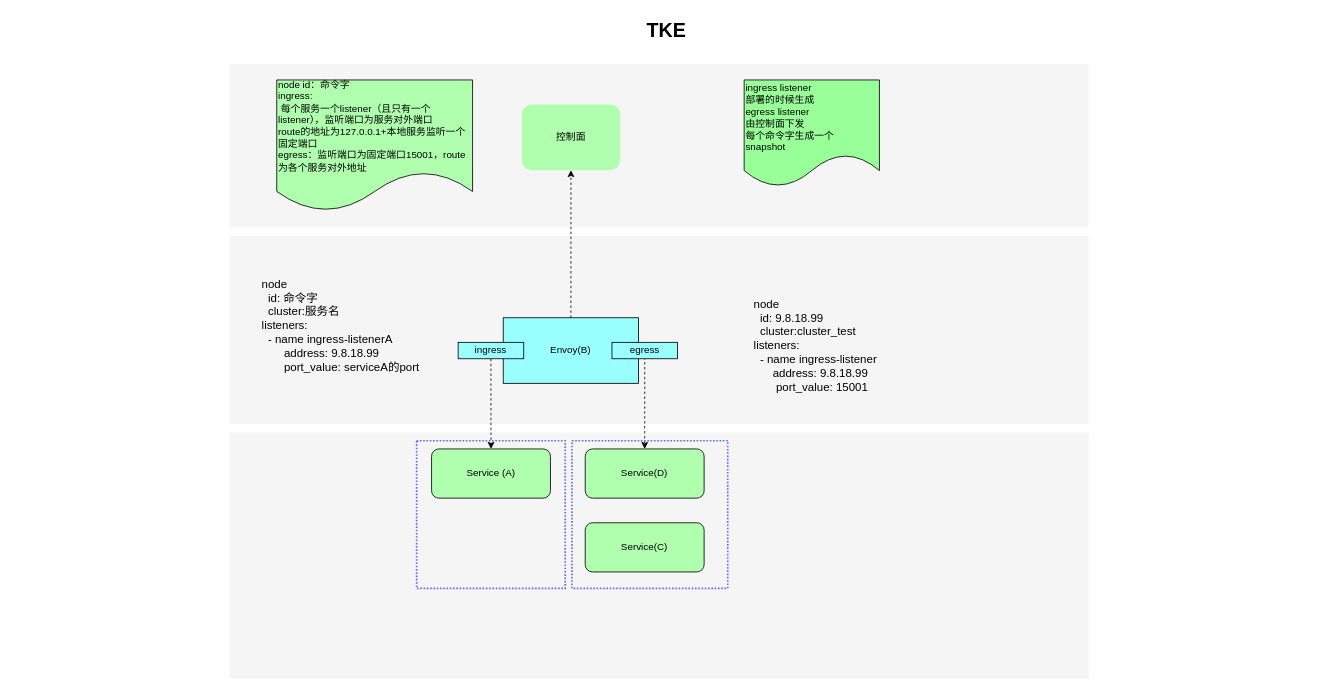
This is page "tke" (3 of 3) of Untitled Diagram.drawio from xinguai/awsohorse, a draw.io file, before an edit. Source tidied: cells renumbered, new cells numbered last; positions are measured from the earlier drawing's top-left corner, leaving out a move shared by most shapes. Both pictures are drawn from the tidied source at 82%, with x=0, y=0 at pixel (14, 14).
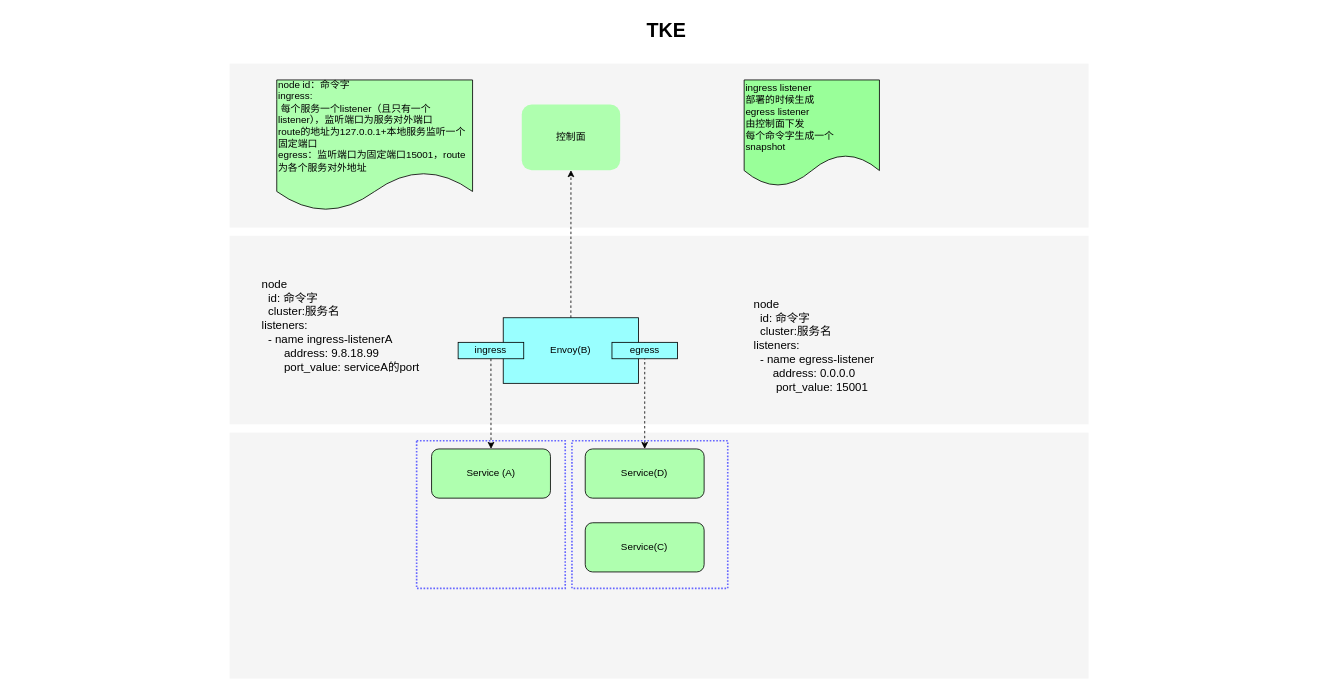
The same page after the edit.

Change to the diagram source:
```diff
@@
-    <mxCell id="17" value="&lt;font style=&quot;font-size: 14px&quot;&gt;node &lt;br&gt;&amp;nbsp; id: 9.8.18.99&lt;br&gt;&amp;nbsp; cluster:cluster_test&lt;br&gt;listeners:&lt;br&gt;&amp;nbsp; - name ingress-listener&lt;br&gt;&amp;nbsp; &amp;nbsp; &amp;nbsp; address: 9.8.18.99&lt;br&gt;&amp;nbsp; &amp;nbsp; &amp;nbsp; &amp;nbsp;port_value: 15001&lt;br&gt;&lt;/font&gt;" style="text;html=1;strokeColor=none;fillColor=none;align=left;verticalAlign=middle;whiteSpace=wrap;rounded=0;" parent="1" vertex="1">
+    <mxCell id="17" value="&lt;font style=&quot;font-size: 14px&quot;&gt;node &lt;br&gt;&amp;nbsp; id: 命令字&lt;br&gt;&amp;nbsp; cluster:服务名&lt;br&gt;listeners:&lt;br&gt;&amp;nbsp; - name egress-listener&lt;br&gt;&amp;nbsp; &amp;nbsp; &amp;nbsp; address: 0.0.0.0&lt;br&gt;&amp;nbsp; &amp;nbsp; &amp;nbsp; &amp;nbsp;port_value: 15001&lt;br&gt;&lt;/font&gt;" style="text;html=1;strokeColor=none;fillColor=none;align=left;verticalAlign=middle;whiteSpace=wrap;rounded=0;" parent="1" vertex="1">
       <mxGeometry x="900" y="327.5" width="230" height="152.5" as="geometry" />
     </mxCell>
```
